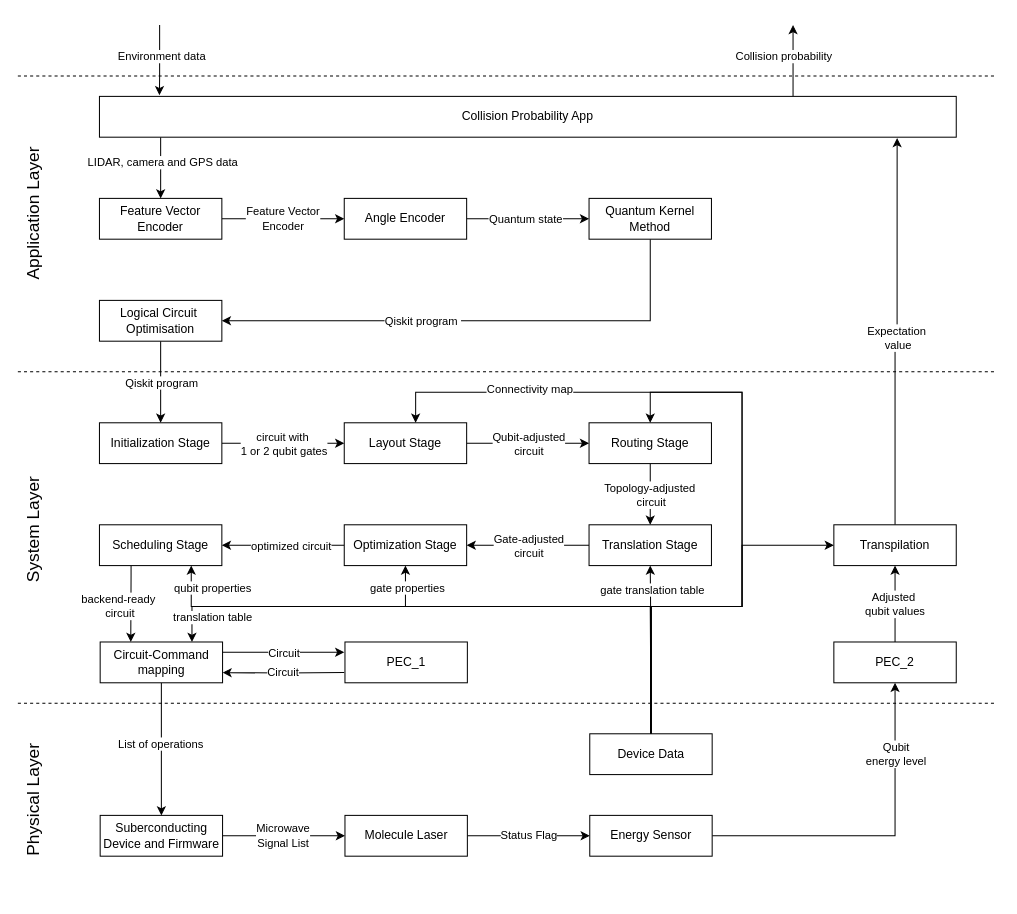
Before: page "scenario3" (3 of 3) of docs/images/RuntimeView.drawio in FullStaQD/architecture, a draw.io diagram. Source tidied: cells renumbered, new cells numbered last; positions are measured from the earlier drawing's top-left corner, leaving out a move shared by most shapes. Both pictures are drawn from the tidied source at 102%, with x=0, y=0 at pixel (-54, 24).
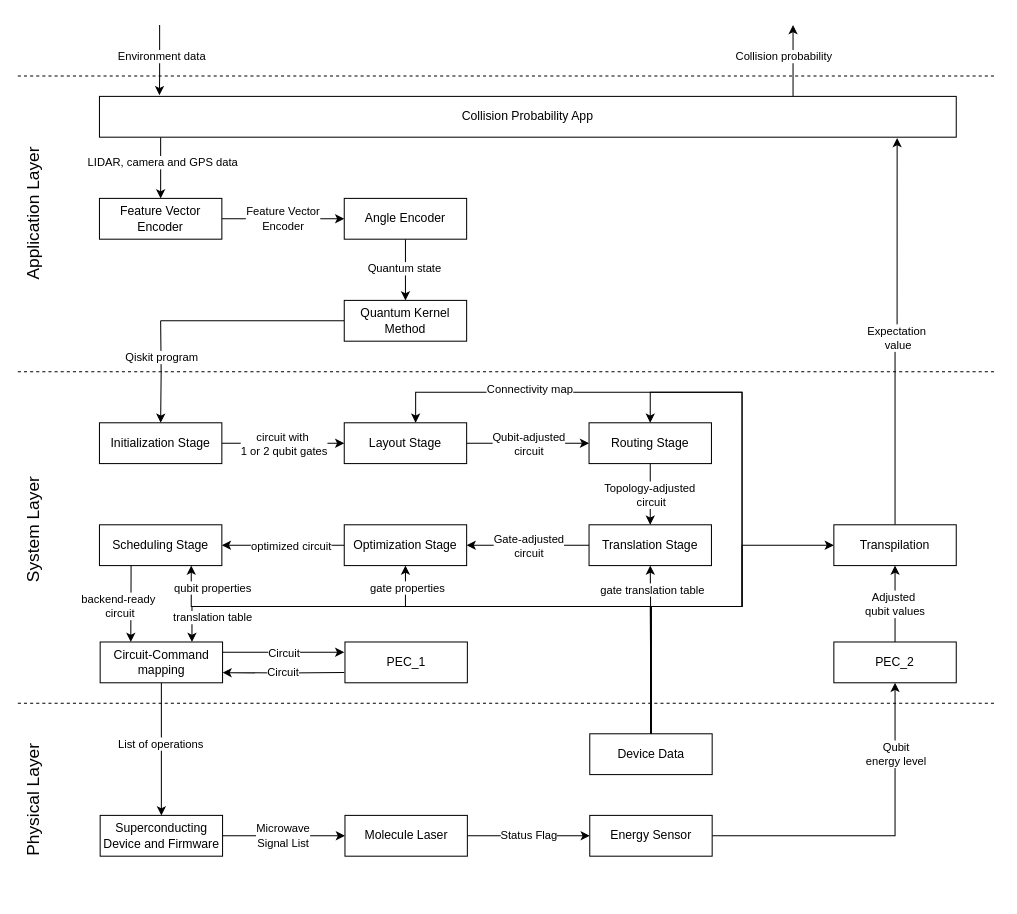
Above is the later version.

Unchanged cells that the change refers to:
```xml
<mxCell id="13" value="Angle Encoder" style="rounded=0;whiteSpace=wrap;html=1;" parent="1" vertex="1">
  <mxGeometry x="390" y="170" width="120" height="40" as="geometry" />
</mxCell>
<mxCell id="25" value="Initialization Stage" style="rounded=0;whiteSpace=wrap;html=1;" parent="1" vertex="1">
  <mxGeometry x="150" y="390" width="120" height="40" as="geometry" />
</mxCell>
```

What changed in the source:
```diff
@@
-    <mxCell id="11" style="edgeStyle=orthogonalEdgeStyle;rounded=0;jettySize=auto;html=1;entryX=0;entryY=0.5;entryDx=0;entryDy=0;" parent="1" edge="1" source="13" target="62">
-      <mxGeometry relative="1" as="geometry">
-        <Array as="points">
-          <mxPoint x="570" y="190" />
-          <mxPoint x="570" y="190" />
-        </Array>
-      </mxGeometry>
+    <mxCell id="11" style="edgeStyle=orthogonalEdgeStyle;rounded=0;jettySize=auto;html=1;entryX=0.5;entryY=0;entryDx=0;entryDy=0;exitX=0.5;exitY=1;exitDx=0;exitDy=0;" parent="1" edge="1" source="13" target="62">
+      <mxGeometry relative="1" as="geometry" />
     </mxCell>
@@
-    <mxCell id="14" style="edgeStyle=orthogonalEdgeStyle;rounded=0;jettySize=auto;html=1;entryX=0.5;entryY=0;entryDx=0;entryDy=0;" parent="1" edge="1" source="16" target="25">
-      <mxGeometry relative="1" as="geometry" />
+    <mxCell id="14" style="edgeStyle=orthogonalEdgeStyle;rounded=0;jettySize=auto;html=1;entryX=0.5;entryY=0;entryDx=0;entryDy=0;" parent="1" edge="1" target="25">
+      <mxGeometry relative="1" as="geometry">
+        <mxPoint x="210" y="290" as="sourcePoint" />
+      </mxGeometry>
     </mxCell>
     <mxCell id="15" value="Qiskit program" style="edgeLabel;html=1;align=center;verticalAlign=middle;" parent="14" vertex="1">
       <mxGeometry x="0.1" y="1" relative="1" as="geometry">
-        <mxPoint x="-1" y="-4" as="offset" />
+        <mxPoint x="-1" y="-19" as="offset" />
       </mxGeometry>
     </mxCell>
-    <mxCell id="16" value="Logical Circuit&amp;nbsp;&lt;div&gt;Optimisation&lt;/div&gt;" style="rounded=0;whiteSpace=wrap;html=1;" parent="1" vertex="1">
-      <mxGeometry x="150" y="270" width="120" height="40" as="geometry" />
-    </mxCell>
@@
-    <mxCell id="43" value="Suberconducting&lt;div&gt;Device and Firmware&lt;/div&gt;" style="rounded=0;whiteSpace=wrap;html=1;" parent="1" vertex="1">
+    <mxCell id="43" value="Superconducting&lt;div&gt;Device and Firmware&lt;/div&gt;" style="rounded=0;whiteSpace=wrap;html=1;" parent="1" vertex="1">
       <mxGeometry x="150.7" y="774.9" width="120" height="40" as="geometry" />
     </mxCell>
@@
-    <mxCell id="60" style="edgeStyle=orthogonalEdgeStyle;rounded=0;jettySize=auto;html=1;entryX=1;entryY=0.5;entryDx=0;entryDy=0;" parent="1" edge="1" source="62" target="16">
-      <mxGeometry relative="1" as="geometry">
-        <Array as="points">
-          <mxPoint x="690" y="290" />
-        </Array>
-      </mxGeometry>
-    </mxCell>
-    <mxCell id="61" value="Qiskit program&amp;nbsp;" style="edgeLabel;html=1;align=center;verticalAlign=middle;" parent="60" vertex="1">
-      <mxGeometry x="0.22" y="-4" relative="1" as="geometry">
-        <mxPoint x="1" y="4" as="offset" />
-      </mxGeometry>
-    </mxCell>
+    <mxCell id="79" style="edgeStyle=orthogonalEdgeStyle;rounded=0;jettySize=auto;html=1;endArrow=none;endFill=0;" parent="1" edge="1" source="62">
+      <mxGeometry relative="1" as="geometry">
+        <mxPoint x="210" y="290" as="targetPoint" />
+      </mxGeometry>
+    </mxCell>
     <mxCell id="62" value="Quantum Kernel&lt;div&gt;Method&lt;/div&gt;" style="rounded=0;whiteSpace=wrap;html=1;" parent="1" vertex="1">
-      <mxGeometry x="630" y="170" width="120" height="40" as="geometry" />
+      <mxGeometry x="390" y="270" width="120" height="40" as="geometry" />
     </mxCell>
```
